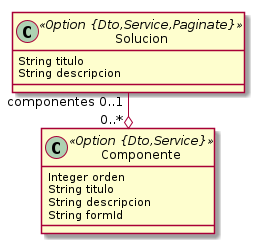
The PlantUML diagram solucion.png in danimaniarqsoft/arche, before a commit.
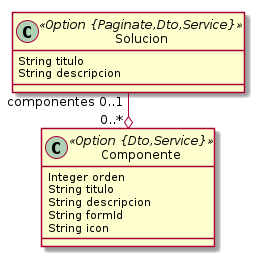
Above is the later version.

What changed in the source:
```diff
@@ -1,7 +1,7 @@
 @startuml
 	!pragma layout smetana
 	!pragma syntax class
-	class Solucion <<Option {Dto,Service,Paginate}>> {
+	class Solucion <<Option {Paginate,Dto,Service}>> {
 		String titulo
 		String descripcion
 	}
@@ -10,6 +10,7 @@
 		String titulo
 		String descripcion
 		String formId
+		String icon
 	}
 	Solucion  "componentes 0..1 " --o "0..* "  Componente
 @enduml
```
